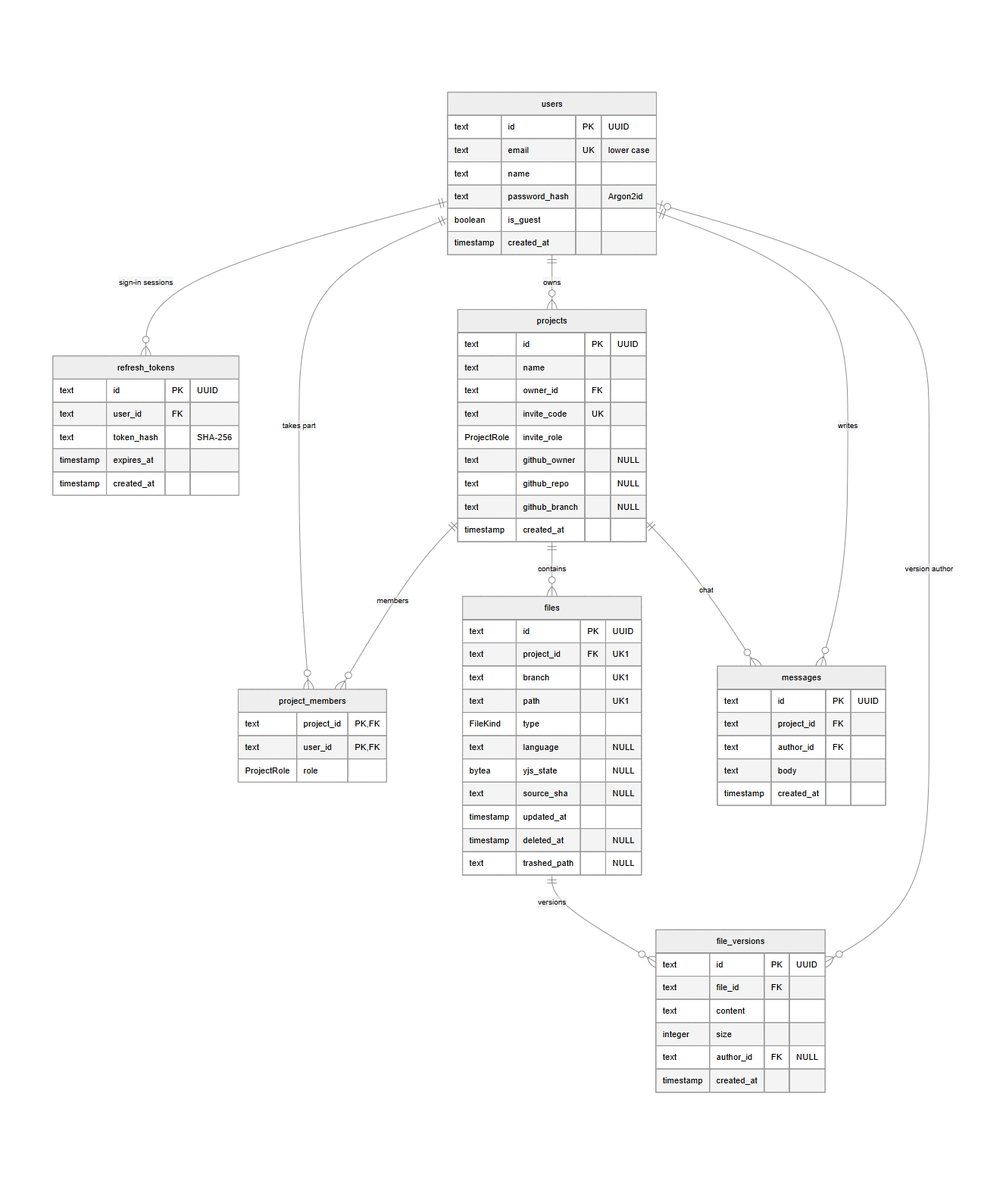
This is docs/db/er-diagram.png from oCMEXo/my-Diplom, a Mermaid export, as it was before one commit. Its source is kept beside it as docs/db/er-diagram.mmd.
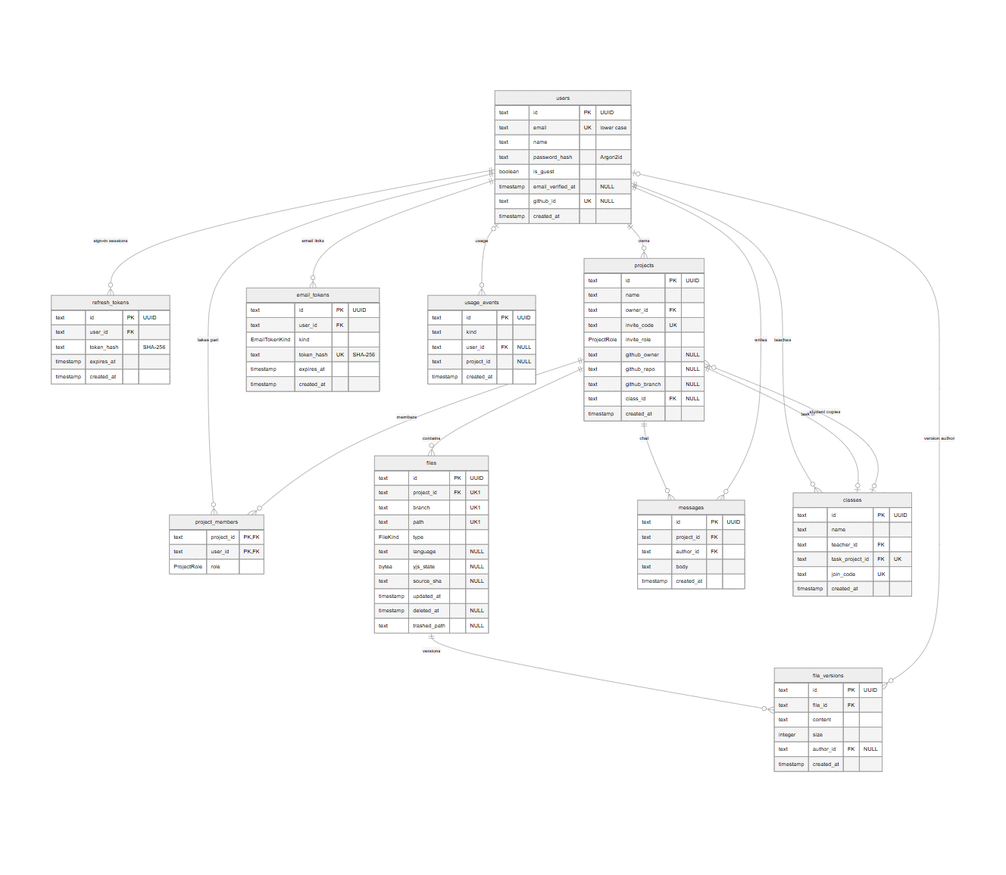
The same file after the commit.

Diff of the diagram source:
```diff
@@ -8,6 +8,11 @@
   users |o--o{ file_versions : "version author"
   projects ||--o{ messages : "chat"
   users ||--o{ messages : "writes"
+  users ||--o{ email_tokens : "email links"
+  users ||--o{ classes : "teaches"
+  projects ||--o| classes : "task of"
+  classes |o--o{ projects : "student copies"
+  users |o--o{ usage_events : "usage"
 
   users {
     text id PK "UUID"
@@ -15,6 +20,8 @@
     text name
     text password_hash "Argon2id"
     boolean is_guest
+    timestamp email_verified_at "NULL"
+    text github_id UK "NULL"
     timestamp created_at
   }
   refresh_tokens {
@@ -33,6 +40,7 @@
     text github_owner "NULL"
     text github_repo "NULL"
     text github_branch "NULL"
+    text class_id FK "NULL"
     timestamp created_at
   }
   project_members {
@@ -68,3 +76,26 @@
     text body
     timestamp created_at
   }
+  email_tokens {
+    text id PK "UUID"
+    text user_id FK
+    EmailTokenKind kind
+    text token_hash UK "SHA-256"
+    timestamp expires_at
+    timestamp created_at
+  }
+  classes {
+    text id PK "UUID"
+    text name
+    text teacher_id FK
+    text task_project_id FK "UK"
+    text join_code UK
+    timestamp created_at
+  }
+  usage_events {
+    text id PK "UUID"
+    text kind
+    text user_id FK "NULL"
+    text project_id "NULL"
+    timestamp created_at
+  }
```
